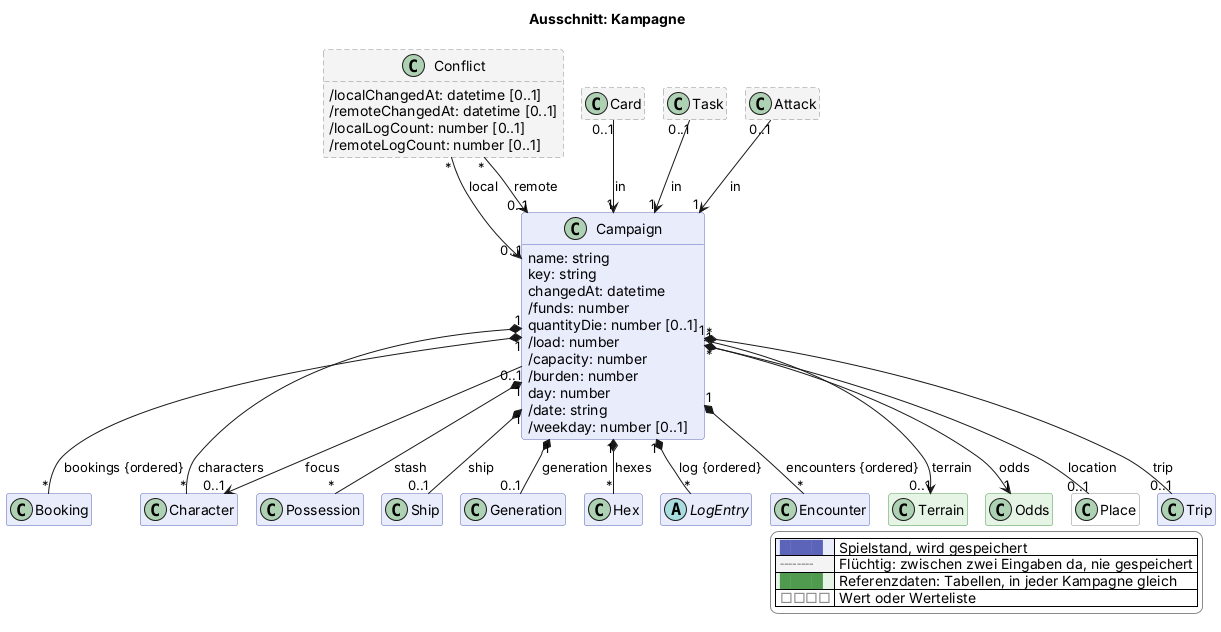
Above: docs/views/kampagne.png in scuzzar/SRE (PlantUML), before the change.
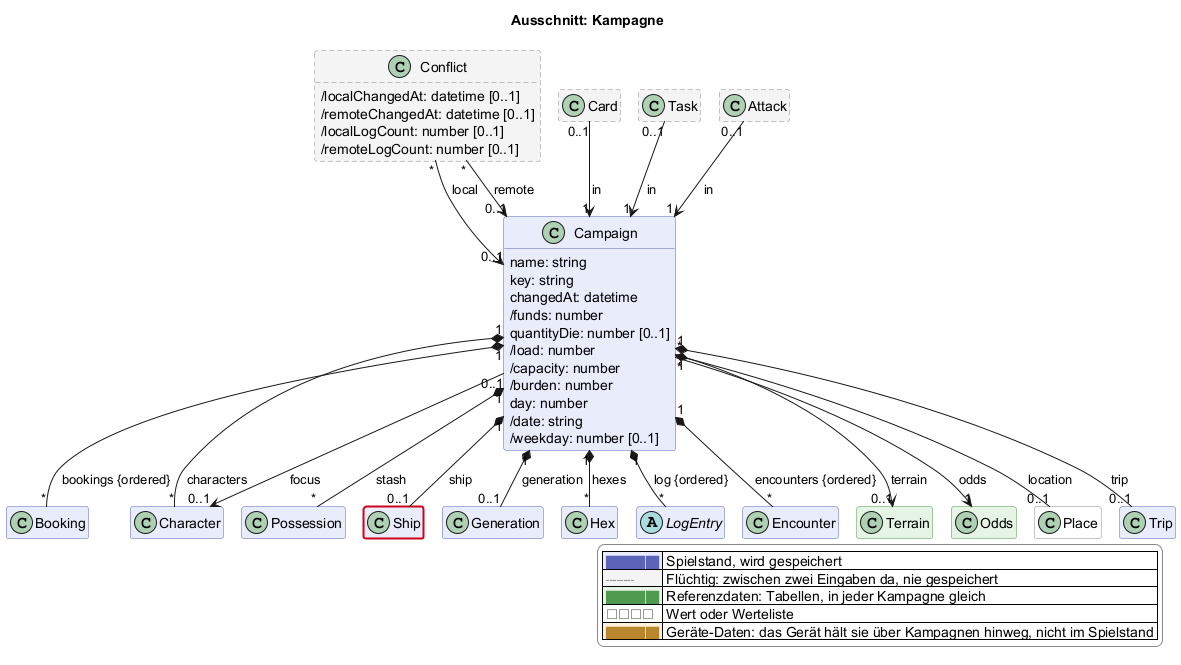
After the change.

The edit, as a diff of the source:
```diff
@@ -50,6 +50,8 @@
   BorderColor<<reference>> #4f9a4f
   BackgroundColor<<value>> #ffffff
   BorderColor<<value>> #8a8a8a
+  BackgroundColor<<browser>> #fdf1dc
+  BorderColor<<browser>> #b8862e
 }
 skinparam legendBackgroundColor #ffffff
 skinparam legendBorderColor #8a8a8a
@@ -65,6 +67,7 @@
 hide <<transient>> stereotype
 hide <<reference>> stereotype
 hide <<value>> stereotype
+hide <<browser>> stereotype
 
   class Campaign $kampagne {
     name: string
@@ -145,5 +148,7 @@
   |<#f4f4f4> <color:#8a8a8a>╌╌╌╌</color> | Flüchtig: zwischen zwei Eingaben da, nie gespeichert |
   |<#e6f4e6> <color:#4f9a4f>████</color> | Referenzdaten: Tabellen, in jeder Kampagne gleich |
   |<#ffffff> <color:#8a8a8a>□□□□</color> | Wert oder Werteliste |
+  |<#fdf1dc> <color:#b8862e>████</color> | Geräte-Daten: das Gerät hält sie über Kampagnen hinweg, nicht im Spielstand |
 endlegend
+class Ship #line:d0021b;line.bold
 @enduml
```
